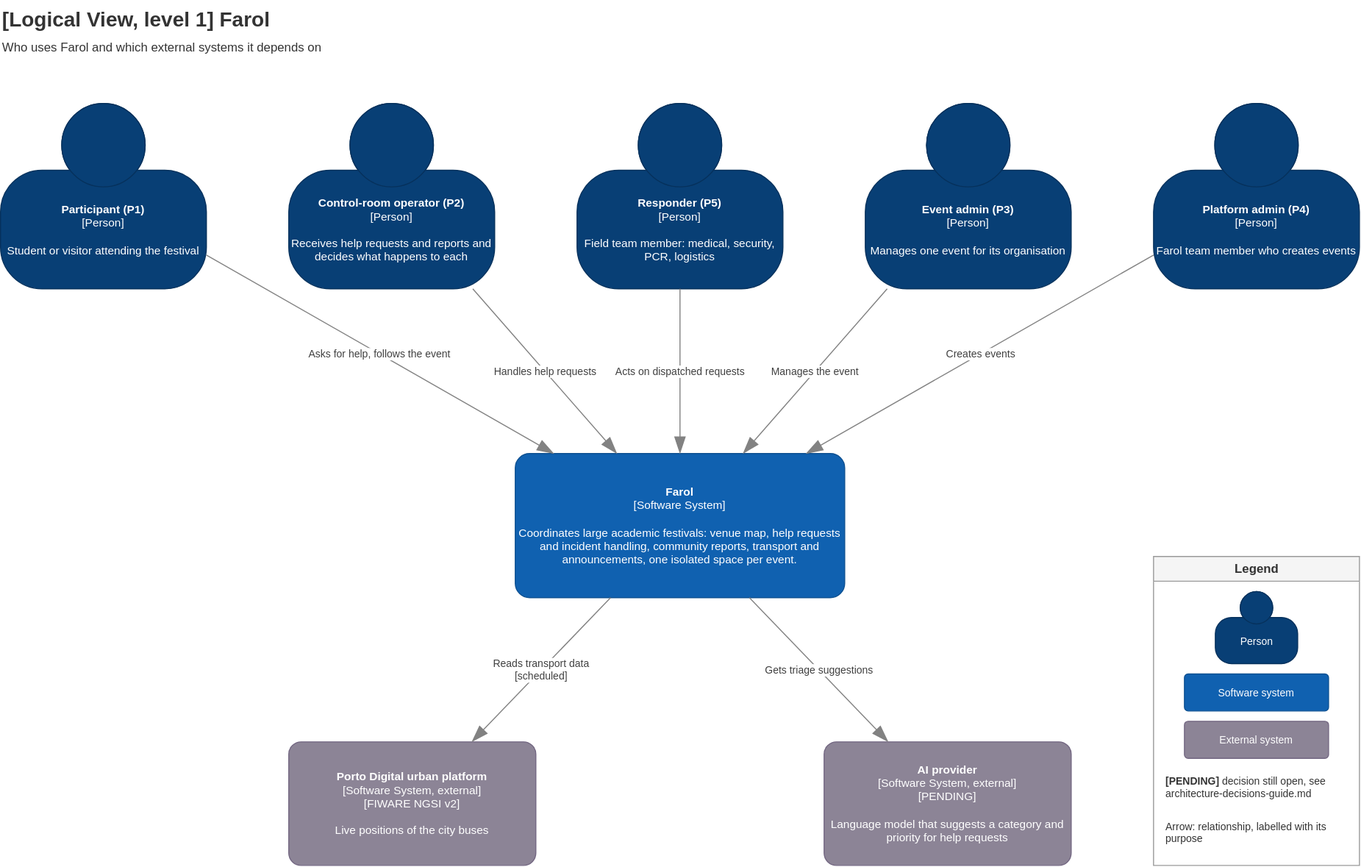
Before: Docs/Technical/diagrams/logical-view-level-1.drawio.svg, a diagram exported from draw.io (tomasoliveira21/LABDSOF). Source tidied: cells renumbered, new cells last; positions are measured from the earlier drawing's top-left corner, leaving out a move shared by most shapes. Its diagram source:
```xml
<mxGraphModel>
  <root>
    <mxCell id="0" />
    <mxCell id="1" parent="0" />
    <mxCell id="2" value="&lt;b&gt;[Logical View, level 1] Farol&lt;/b&gt;&lt;br&gt;&lt;font style=&quot;font-size:12px&quot;&gt;Who uses Farol and which external systems it depends on&lt;/font&gt;" style="text;html=1;align=left;verticalAlign=top;fontSize=20;fontColor=#333333;" parent="1" vertex="1">
      <mxGeometry width="700" height="60" as="geometry" />
    </mxCell>
    <mxCell id="3" value="&lt;b&gt;Participant (P1)&lt;/b&gt;&lt;div&gt;[Person]&lt;/div&gt;&lt;br&gt;&lt;div&gt;Student or visitor attending the festival&lt;/div&gt;" style="html=1;fontSize=11;dashed=0;whiteSpace=wrap;fillColor=#083F75;strokeColor=#06315C;fontColor=#ffffff;shape=mxgraph.c4.person2;align=center;" parent="1" vertex="1">
      <mxGeometry y="100" width="200" height="180" as="geometry" />
    </mxCell>
    <mxCell id="4" value="&lt;b&gt;Control-room operator (P2)&lt;/b&gt;&lt;div&gt;[Person]&lt;/div&gt;&lt;br&gt;&lt;div&gt;Receives help requests and reports and decides what happens to each&lt;/div&gt;" style="html=1;fontSize=11;dashed=0;whiteSpace=wrap;fillColor=#083F75;strokeColor=#06315C;fontColor=#ffffff;shape=mxgraph.c4.person2;align=center;" parent="1" vertex="1">
      <mxGeometry x="280" y="100" width="200" height="180" as="geometry" />
    </mxCell>
    <mxCell id="5" value="&lt;b&gt;Responder (P5)&lt;/b&gt;&lt;div&gt;[Person]&lt;/div&gt;&lt;br&gt;&lt;div&gt;Field team member: medical, security, PCR, logistics&lt;/div&gt;" style="html=1;fontSize=11;dashed=0;whiteSpace=wrap;fillColor=#083F75;strokeColor=#06315C;fontColor=#ffffff;shape=mxgraph.c4.person2;align=center;" parent="1" vertex="1">
      <mxGeometry x="560" y="100" width="200" height="180" as="geometry" />
    </mxCell>
    <mxCell id="6" value="&lt;b&gt;Event admin (P3)&lt;/b&gt;&lt;div&gt;[Person]&lt;/div&gt;&lt;br&gt;&lt;div&gt;Manages one event for its organisation&lt;/div&gt;" style="html=1;fontSize=11;dashed=0;whiteSpace=wrap;fillColor=#083F75;strokeColor=#06315C;fontColor=#ffffff;shape=mxgraph.c4.person2;align=center;" parent="1" vertex="1">
      <mxGeometry x="840" y="100" width="200" height="180" as="geometry" />
    </mxCell>
    <mxCell id="7" value="&lt;b&gt;Platform admin (P4)&lt;/b&gt;&lt;div&gt;[Person]&lt;/div&gt;&lt;br&gt;&lt;div&gt;Farol team member who creates events&lt;/div&gt;" style="html=1;fontSize=11;dashed=0;whiteSpace=wrap;fillColor=#083F75;strokeColor=#06315C;fontColor=#ffffff;shape=mxgraph.c4.person2;align=center;" parent="1" vertex="1">
      <mxGeometry x="1120" y="100" width="200" height="180" as="geometry" />
    </mxCell>
    <mxCell id="8" value="&lt;b&gt;Farol&lt;/b&gt;&lt;div&gt;[Software System]&lt;/div&gt;&lt;br&gt;&lt;div&gt;Coordinates large academic festivals: venue map, help requests and incident handling, community reports, transport and announcements, one isolated space per event.&lt;/div&gt;" style="rounded=1;whiteSpace=wrap;html=1;labelBackgroundColor=none;fillColor=#1061B0;fontColor=#ffffff;align=center;arcSize=10;strokeColor=#0D5091;fontSize=11;" parent="1" vertex="1">
      <mxGeometry x="500" y="440" width="320" height="140" as="geometry" />
    </mxCell>
    <mxCell id="9" value="&lt;b&gt;Porto Digital urban platform&lt;/b&gt;&lt;div&gt;[Software System, external]&lt;/div&gt;&lt;div&gt;[FIWARE NGSI v2]&lt;/div&gt;&lt;br&gt;&lt;div&gt;Live positions of the city buses&lt;/div&gt;" style="rounded=1;whiteSpace=wrap;html=1;labelBackgroundColor=none;fillColor=#8C8496;fontColor=#ffffff;align=center;arcSize=10;strokeColor=#736782;fontSize=11;" parent="1" vertex="1">
      <mxGeometry x="280" y="720" width="240" height="120" as="geometry" />
    </mxCell>
    <mxCell id="10" value="&lt;b&gt;AI provider&lt;/b&gt;&lt;div&gt;[Software System, external]&lt;/div&gt;&lt;div&gt;[PENDING]&lt;/div&gt;&lt;br&gt;&lt;div&gt;Language model that suggests a category and priority for help requests&lt;/div&gt;" style="rounded=1;whiteSpace=wrap;html=1;labelBackgroundColor=none;fillColor=#8C8496;fontColor=#ffffff;align=center;arcSize=10;strokeColor=#736782;fontSize=11;" parent="1" vertex="1">
      <mxGeometry x="800" y="720" width="240" height="120" as="geometry" />
    </mxCell>
    <mxCell id="11" value="Asks for help, follows the event" style="endArrow=blockThin;html=1;fontSize=10;fontColor=#404040;endFill=1;strokeColor=#828282;endSize=14;rounded=0;labelBackgroundColor=#ffffff;" parent="1" edge="1" source="3" target="8">
      <mxGeometry relative="1" as="geometry" />
    </mxCell>
    <mxCell id="12" value="Handles help requests" style="endArrow=blockThin;html=1;fontSize=10;fontColor=#404040;endFill=1;strokeColor=#828282;endSize=14;rounded=0;labelBackgroundColor=#ffffff;" parent="1" edge="1" source="4" target="8">
      <mxGeometry relative="1" as="geometry" />
    </mxCell>
    <mxCell id="13" value="Acts on dispatched requests" style="endArrow=blockThin;html=1;fontSize=10;fontColor=#404040;endFill=1;strokeColor=#828282;endSize=14;rounded=0;labelBackgroundColor=#ffffff;" parent="1" edge="1" source="5" target="8">
      <mxGeometry relative="1" as="geometry" />
    </mxCell>
    <mxCell id="14" value="Manages the event" style="endArrow=blockThin;html=1;fontSize=10;fontColor=#404040;endFill=1;strokeColor=#828282;endSize=14;rounded=0;labelBackgroundColor=#ffffff;" parent="1" edge="1" source="6" target="8">
      <mxGeometry relative="1" as="geometry" />
    </mxCell>
    <mxCell id="15" value="Creates events" style="endArrow=blockThin;html=1;fontSize=10;fontColor=#404040;endFill=1;strokeColor=#828282;endSize=14;rounded=0;labelBackgroundColor=#ffffff;" parent="1" edge="1" source="7" target="8">
      <mxGeometry relative="1" as="geometry" />
    </mxCell>
    <mxCell id="16" value="Reads transport data&lt;br&gt;[scheduled]" style="endArrow=blockThin;html=1;fontSize=10;fontColor=#404040;endFill=1;strokeColor=#828282;endSize=14;rounded=0;labelBackgroundColor=#ffffff;" parent="1" edge="1" source="8" target="9">
      <mxGeometry relative="1" as="geometry" />
    </mxCell>
    <mxCell id="17" value="Gets triage suggestions" style="endArrow=blockThin;html=1;fontSize=10;fontColor=#404040;endFill=1;strokeColor=#828282;endSize=14;rounded=0;labelBackgroundColor=#ffffff;" parent="1" edge="1" source="8" target="10">
      <mxGeometry relative="1" as="geometry" />
    </mxCell>
    <mxCell id="18" value="&lt;b&gt;Legend&lt;/b&gt;" style="swimlane;startSize=24;html=1;fontSize=12;fillColor=#f5f5f5;strokeColor=#999999;fontColor=#333333;" parent="1" vertex="1">
      <mxGeometry x="1120" y="540" width="200" height="300" as="geometry" />
    </mxCell>
    <mxCell id="19" value="Person" style="html=1;fontSize=10;fillColor=#083F75;strokeColor=#06315C;fontColor=#ffffff;shape=mxgraph.c4.person2;" parent="18" vertex="1">
      <mxGeometry x="60" y="34" width="80" height="70" as="geometry" />
    </mxCell>
    <mxCell id="20" value="Software system" style="rounded=1;whiteSpace=wrap;html=1;fillColor=#1061B0;fontColor=#ffffff;arcSize=10;strokeColor=#0D5091;fontSize=10;" parent="18" vertex="1">
      <mxGeometry x="30" y="114" width="140" height="36" as="geometry" />
    </mxCell>
    <mxCell id="21" value="External system" style="rounded=1;whiteSpace=wrap;html=1;fillColor=#8C8496;fontColor=#ffffff;arcSize=10;strokeColor=#736782;fontSize=10;" parent="18" vertex="1">
      <mxGeometry x="30" y="160" width="140" height="36" as="geometry" />
    </mxCell>
    <mxCell id="22" value="&lt;b&gt;[PENDING]&lt;/b&gt; decision still open, see architecture-decisions-guide.md" style="text;html=1;whiteSpace=wrap;fontSize=10;fontColor=#333333;align=left;verticalAlign=top;" parent="18" vertex="1">
      <mxGeometry x="10" y="206" width="180" height="40" as="geometry" />
    </mxCell>
    <mxCell id="23" value="Arrow: relationship, labelled with its purpose" style="text;html=1;whiteSpace=wrap;fontSize=10;fontColor=#333333;align=left;verticalAlign=top;" parent="18" vertex="1">
      <mxGeometry x="10" y="250" width="180" height="40" as="geometry" />
    </mxCell>
  </root>
</mxGraphModel>
```
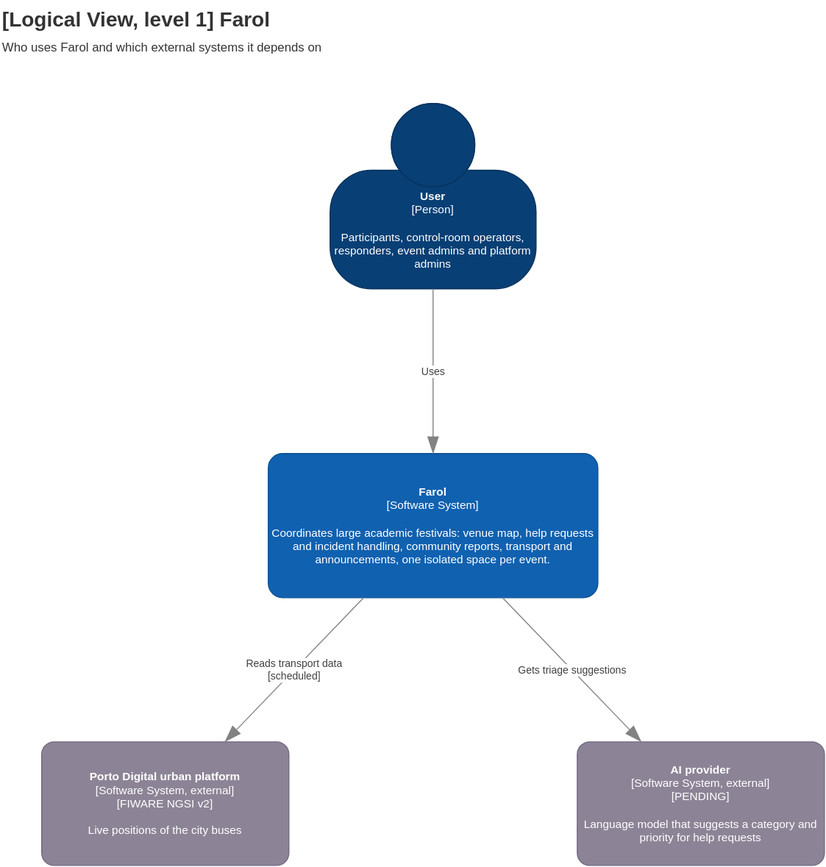
The same diagram one commit later.

Diff of the diagram source:
```diff
@@ -3,23 +3,11 @@
     <mxCell id="0" />
     <mxCell id="1" parent="0" />
     <mxCell id="2" value="&lt;b&gt;[Logical View, level 1] Farol&lt;/b&gt;&lt;br&gt;&lt;font style=&quot;font-size:12px&quot;&gt;Who uses Farol and which external systems it depends on&lt;/font&gt;" style="text;html=1;align=left;verticalAlign=top;fontSize=20;fontColor=#333333;" parent="1" vertex="1">
-      <mxGeometry width="700" height="60" as="geometry" />
+      <mxGeometry x="240" width="700" height="60" as="geometry" />
     </mxCell>
-    <mxCell id="3" value="&lt;b&gt;Participant (P1)&lt;/b&gt;&lt;div&gt;[Person]&lt;/div&gt;&lt;br&gt;&lt;div&gt;Student or visitor attending the festival&lt;/div&gt;" style="html=1;fontSize=11;dashed=0;whiteSpace=wrap;fillColor=#083F75;strokeColor=#06315C;fontColor=#ffffff;shape=mxgraph.c4.person2;align=center;" parent="1" vertex="1">
-      <mxGeometry y="100" width="200" height="180" as="geometry" />
+    <mxCell id="3" value="&lt;b&gt;User&lt;/b&gt;&lt;div&gt;[Person]&lt;/div&gt;&lt;br&gt;&lt;div&gt;Participants, control-room operators, responders, event admins and platform admins&lt;/div&gt;" style="html=1;fontSize=11;dashed=0;whiteSpace=wrap;fillColor=#083F75;strokeColor=#06315C;fontColor=#ffffff;shape=mxgraph.c4.person2;align=center;" parent="1" vertex="1">
+      <mxGeometry x="560" y="100" width="200" height="180" as="geometry" />
     </mxCell>
-    <mxCell id="4" value="&lt;b&gt;Control-room operator (P2)&lt;/b&gt;&lt;div&gt;[Person]&lt;/div&gt;&lt;br&gt;&lt;div&gt;Receives help requests and reports and decides what happens to each&lt;/div&gt;" style="html=1;fontSize=11;dashed=0;whiteSpace=wrap;fillColor=#083F75;strokeColor=#06315C;fontColor=#ffffff;shape=mxgraph.c4.person2;align=center;" parent="1" vertex="1">
-      <mxGeometry x="280" y="100" width="200" height="180" as="geometry" />
-    </mxCell>
-    <mxCell id="5" value="&lt;b&gt;Responder (P5)&lt;/b&gt;&lt;div&gt;[Person]&lt;/div&gt;&lt;br&gt;&lt;div&gt;Field team member: medical, security, PCR, logistics&lt;/div&gt;" style="html=1;fontSize=11;dashed=0;whiteSpace=wrap;fillColor=#083F75;strokeColor=#06315C;fontColor=#ffffff;shape=mxgraph.c4.person2;align=center;" parent="1" vertex="1">
-      <mxGeometry x="560" y="100" width="200" height="180" as="geometry" />
-    </mxCell>
-    <mxCell id="6" value="&lt;b&gt;Event admin (P3)&lt;/b&gt;&lt;div&gt;[Person]&lt;/div&gt;&lt;br&gt;&lt;div&gt;Manages one event for its organisation&lt;/div&gt;" style="html=1;fontSize=11;dashed=0;whiteSpace=wrap;fillColor=#083F75;strokeColor=#06315C;fontColor=#ffffff;shape=mxgraph.c4.person2;align=center;" parent="1" vertex="1">
-      <mxGeometry x="840" y="100" width="200" height="180" as="geometry" />
-    </mxCell>
-    <mxCell id="7" value="&lt;b&gt;Platform admin (P4)&lt;/b&gt;&lt;div&gt;[Person]&lt;/div&gt;&lt;br&gt;&lt;div&gt;Farol team member who creates events&lt;/div&gt;" style="html=1;fontSize=11;dashed=0;whiteSpace=wrap;fillColor=#083F75;strokeColor=#06315C;fontColor=#ffffff;shape=mxgraph.c4.person2;align=center;" parent="1" vertex="1">
-      <mxGeometry x="1120" y="100" width="200" height="180" as="geometry" />
-    </mxCell>
     <mxCell id="8" value="&lt;b&gt;Farol&lt;/b&gt;&lt;div&gt;[Software System]&lt;/div&gt;&lt;br&gt;&lt;div&gt;Coordinates large academic festivals: venue map, help requests and incident handling, community reports, transport and announcements, one isolated space per event.&lt;/div&gt;" style="rounded=1;whiteSpace=wrap;html=1;labelBackgroundColor=none;fillColor=#1061B0;fontColor=#ffffff;align=center;arcSize=10;strokeColor=#0D5091;fontSize=11;" parent="1" vertex="1">
       <mxGeometry x="500" y="440" width="320" height="140" as="geometry" />
     </mxCell>
@@ -29,44 +17,14 @@
     <mxCell id="10" value="&lt;b&gt;AI provider&lt;/b&gt;&lt;div&gt;[Software System, external]&lt;/div&gt;&lt;div&gt;[PENDING]&lt;/div&gt;&lt;br&gt;&lt;div&gt;Language model that suggests a category and priority for help requests&lt;/div&gt;" style="rounded=1;whiteSpace=wrap;html=1;labelBackgroundColor=none;fillColor=#8C8496;fontColor=#ffffff;align=center;arcSize=10;strokeColor=#736782;fontSize=11;" parent="1" vertex="1">
       <mxGeometry x="800" y="720" width="240" height="120" as="geometry" />
     </mxCell>
-    <mxCell id="11" value="Asks for help, follows the event" style="endArrow=blockThin;html=1;fontSize=10;fontColor=#404040;endFill=1;strokeColor=#828282;endSize=14;rounded=0;labelBackgroundColor=#ffffff;" parent="1" edge="1" source="3" target="8">
+    <mxCell id="11" value="Uses" style="endArrow=blockThin;html=1;fontSize=10;fontColor=#404040;endFill=1;strokeColor=#828282;endSize=14;rounded=0;labelBackgroundColor=#ffffff;" parent="1" edge="1" source="3" target="8">
       <mxGeometry relative="1" as="geometry" />
     </mxCell>
-    <mxCell id="12" value="Handles help requests" style="endArrow=blockThin;html=1;fontSize=10;fontColor=#404040;endFill=1;strokeColor=#828282;endSize=14;rounded=0;labelBackgroundColor=#ffffff;" parent="1" edge="1" source="4" target="8">
-      <mxGeometry relative="1" as="geometry" />
-    </mxCell>
-    <mxCell id="13" value="Acts on dispatched requests" style="endArrow=blockThin;html=1;fontSize=10;fontColor=#404040;endFill=1;strokeColor=#828282;endSize=14;rounded=0;labelBackgroundColor=#ffffff;" parent="1" edge="1" source="5" target="8">
-      <mxGeometry relative="1" as="geometry" />
-    </mxCell>
-    <mxCell id="14" value="Manages the event" style="endArrow=blockThin;html=1;fontSize=10;fontColor=#404040;endFill=1;strokeColor=#828282;endSize=14;rounded=0;labelBackgroundColor=#ffffff;" parent="1" edge="1" source="6" target="8">
-      <mxGeometry relative="1" as="geometry" />
-    </mxCell>
-    <mxCell id="15" value="Creates events" style="endArrow=blockThin;html=1;fontSize=10;fontColor=#404040;endFill=1;strokeColor=#828282;endSize=14;rounded=0;labelBackgroundColor=#ffffff;" parent="1" edge="1" source="7" target="8">
-      <mxGeometry relative="1" as="geometry" />
-    </mxCell>
     <mxCell id="16" value="Reads transport data&lt;br&gt;[scheduled]" style="endArrow=blockThin;html=1;fontSize=10;fontColor=#404040;endFill=1;strokeColor=#828282;endSize=14;rounded=0;labelBackgroundColor=#ffffff;" parent="1" edge="1" source="8" target="9">
       <mxGeometry relative="1" as="geometry" />
     </mxCell>
     <mxCell id="17" value="Gets triage suggestions" style="endArrow=blockThin;html=1;fontSize=10;fontColor=#404040;endFill=1;strokeColor=#828282;endSize=14;rounded=0;labelBackgroundColor=#ffffff;" parent="1" edge="1" source="8" target="10">
       <mxGeometry relative="1" as="geometry" />
     </mxCell>
-    <mxCell id="18" value="&lt;b&gt;Legend&lt;/b&gt;" style="swimlane;startSize=24;html=1;fontSize=12;fillColor=#f5f5f5;strokeColor=#999999;fontColor=#333333;" parent="1" vertex="1">
-      <mxGeometry x="1120" y="540" width="200" height="300" as="geometry" />
-    </mxCell>
-    <mxCell id="19" value="Person" style="html=1;fontSize=10;fillColor=#083F75;strokeColor=#06315C;fontColor=#ffffff;shape=mxgraph.c4.person2;" parent="18" vertex="1">
-      <mxGeometry x="60" y="34" width="80" height="70" as="geometry" />
-    </mxCell>
-    <mxCell id="20" value="Software system" style="rounded=1;whiteSpace=wrap;html=1;fillColor=#1061B0;fontColor=#ffffff;arcSize=10;strokeColor=#0D5091;fontSize=10;" parent="18" vertex="1">
-      <mxGeometry x="30" y="114" width="140" height="36" as="geometry" />
-    </mxCell>
-    <mxCell id="21" value="External system" style="rounded=1;whiteSpace=wrap;html=1;fillColor=#8C8496;fontColor=#ffffff;arcSize=10;strokeColor=#736782;fontSize=10;" parent="18" vertex="1">
-      <mxGeometry x="30" y="160" width="140" height="36" as="geometry" />
-    </mxCell>
-    <mxCell id="22" value="&lt;b&gt;[PENDING]&lt;/b&gt; decision still open, see architecture-decisions-guide.md" style="text;html=1;whiteSpace=wrap;fontSize=10;fontColor=#333333;align=left;verticalAlign=top;" parent="18" vertex="1">
-      <mxGeometry x="10" y="206" width="180" height="40" as="geometry" />
-    </mxCell>
-    <mxCell id="23" value="Arrow: relationship, labelled with its purpose" style="text;html=1;whiteSpace=wrap;fontSize=10;fontColor=#333333;align=left;verticalAlign=top;" parent="18" vertex="1">
-      <mxGeometry x="10" y="250" width="180" height="40" as="geometry" />
-    </mxCell>
   </root>
 </mxGraphModel>
```
